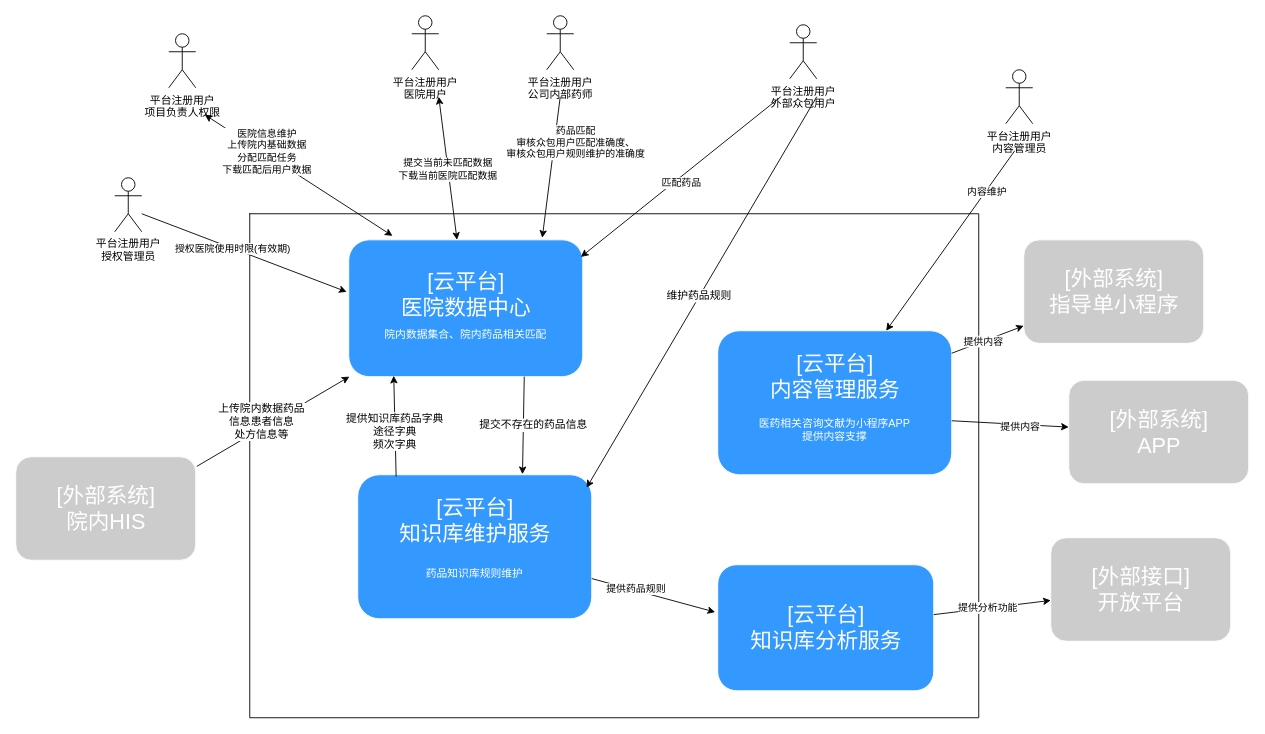
The draw.io diagram 未命名绘图.drawio in silenceKai/phpitem, before the edit. Source tidied: cells renumbered, new cells numbered last; positions are measured from the earlier drawing's top-left corner, leaving out a move shared by most shapes. Both pictures are drawn from the tidied source at 90%, with x=0, y=0 at pixel (15, 15).
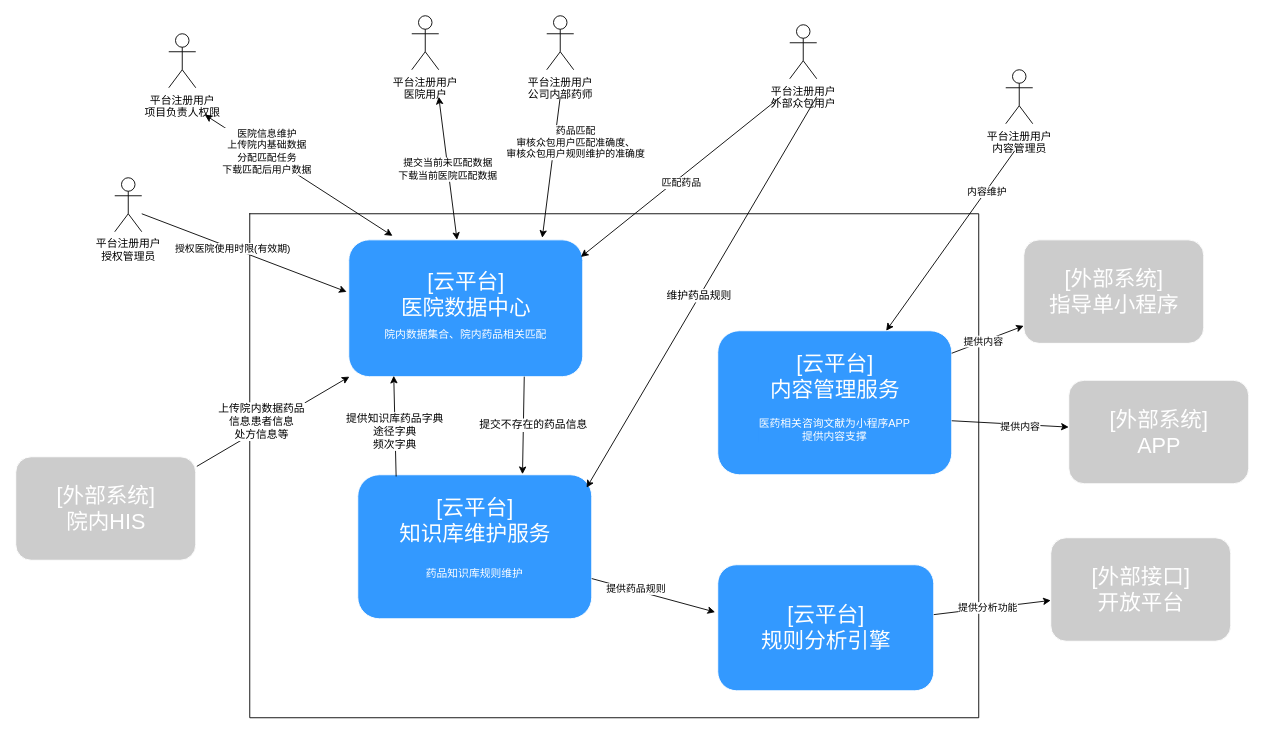
The same page after the edit.

Commit message:
更新未命名绘图.drawio

Change to the diagram source:
```diff
@@
-    <mxCell id="18" value="[云平台]&lt;br&gt;知识库分析服务" style="html=1;rounded=1;fontColor=#FFFFFF;strokeColor=#FFFFFF;fontSize=24;fillColor=#3399FF;" parent="1" vertex="1">
+    <mxCell id="18" value="[云平台]&lt;br&gt;规则分析引擎" style="html=1;rounded=1;fontColor=#FFFFFF;strokeColor=#FFFFFF;fontSize=24;fillColor=#3399FF;" parent="1" vertex="1">
       <mxGeometry x="780" y="610" width="240" height="140" as="geometry" />
     </mxCell>
```
